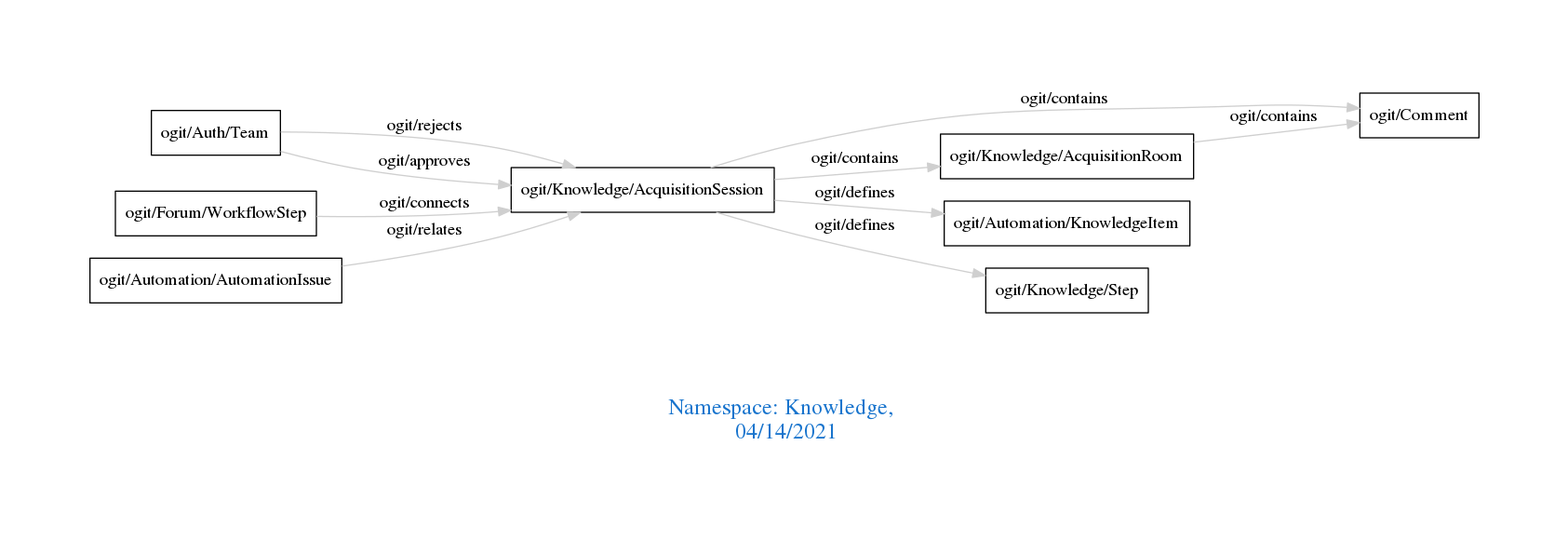
The Graphviz diagram downloads/Knowledge.png in arago/OGIT, before a commit. Its source is kept beside it as downloads/Knowledge.dot.
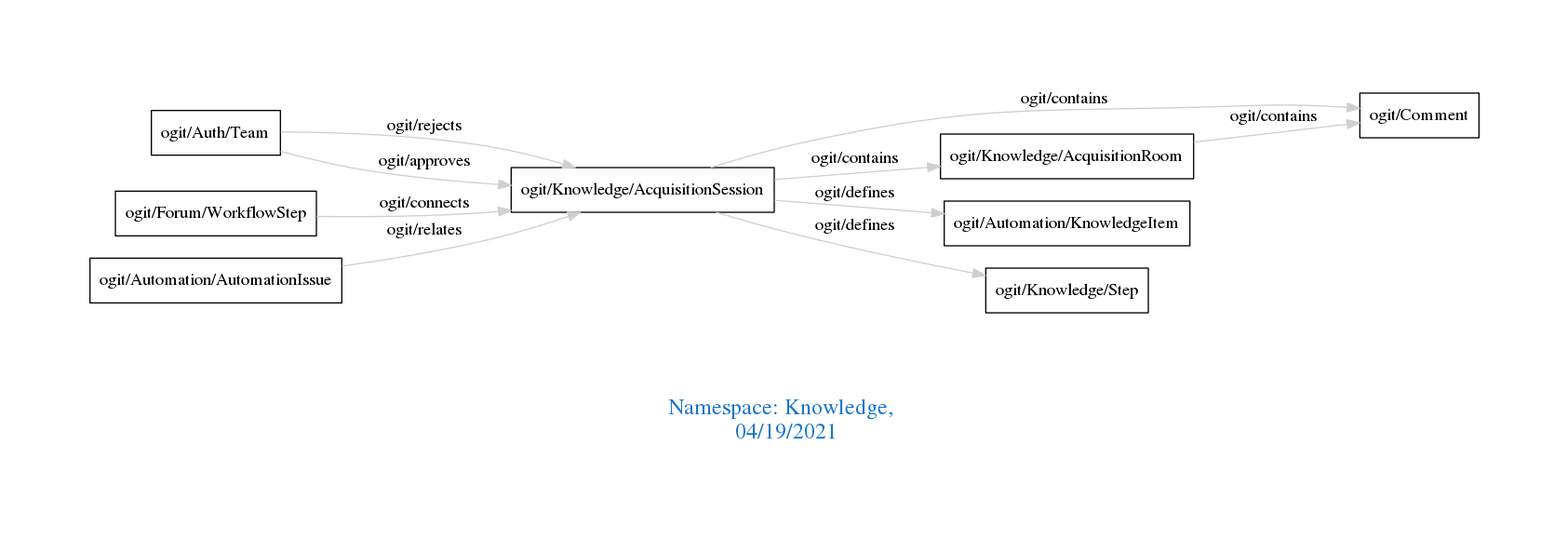
The same diagram one commit later.

Diff of the diagram source:
```diff
@@ -1,7 +1,7 @@
 digraph OGIT_ontology {
  graph [ rankdir= LR,pad=1
 fontsize = 18,
-fontcolor= dodgerblue3,label = "\n\n\nNamespace: Knowledge, \n 04/14/2021"];
+fontcolor= dodgerblue3,label = "\n\n\nNamespace: Knowledge, \n 04/19/2021"];
 node[shape=polygon];
 edge [  color="gray81"];
 
```
